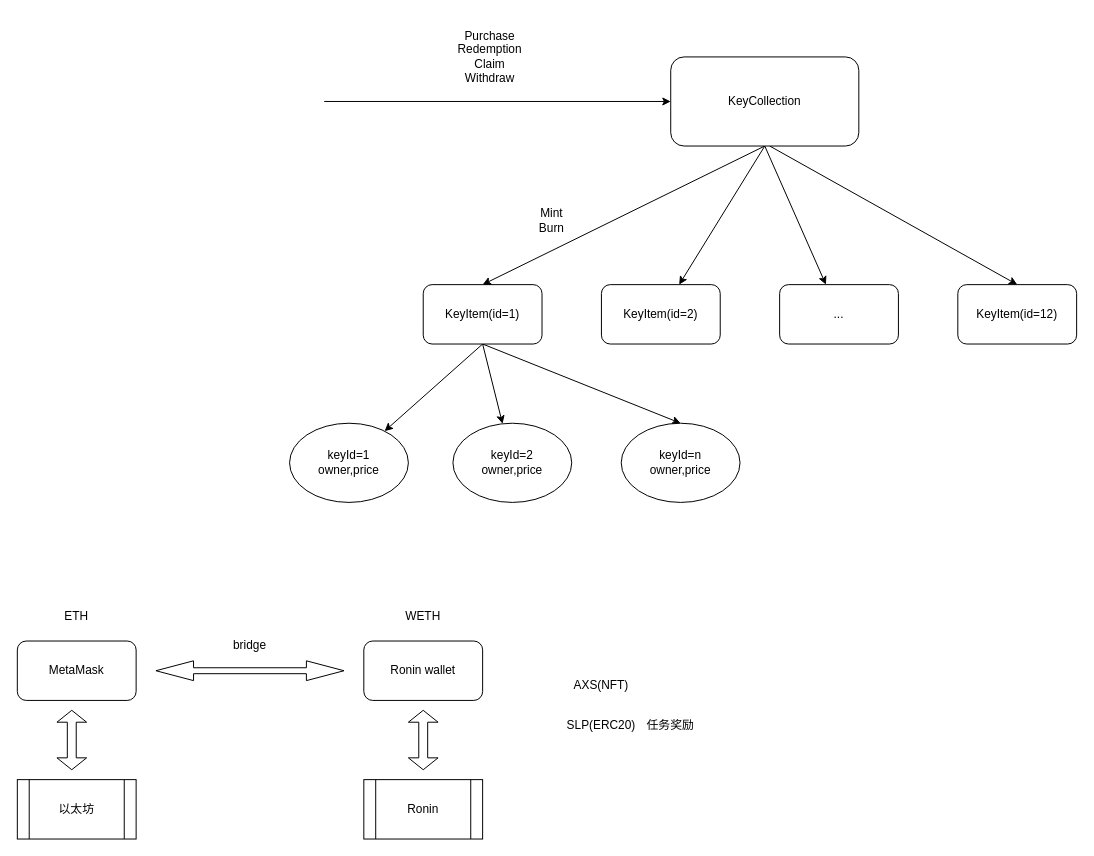
Earlier version of the draw.io diagram page "gamefi" (1 of 6) of outdoor.drawio (jxu86/project-uml). Source tidied: cells renumbered, new cells numbered last; positions are measured from the earlier drawing's top-left corner, leaving out a move shared by most shapes. Both pictures are drawn from the tidied source at 99%, with x=0, y=0 at pixel (17, 17).
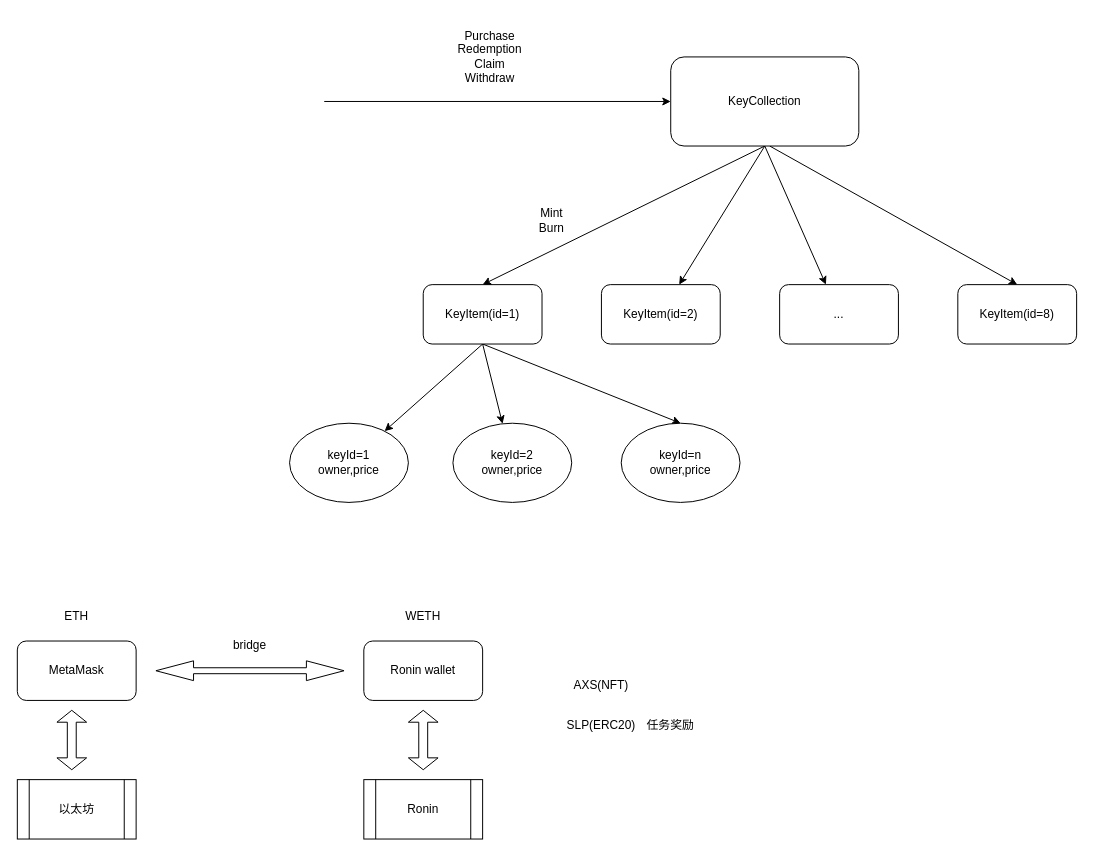
The same page after the edit.

The edit, as a diff of the source:
```diff
@@
-    <mxCell id="20" value="KeyItem(id=12)" style="rounded=1;whiteSpace=wrap;html=1;" parent="1" vertex="1">
+    <mxCell id="20" value="KeyItem(id=8)" style="rounded=1;whiteSpace=wrap;html=1;" parent="1" vertex="1">
       <mxGeometry x="950" y="270" width="120" height="60" as="geometry" />
     </mxCell>
```
